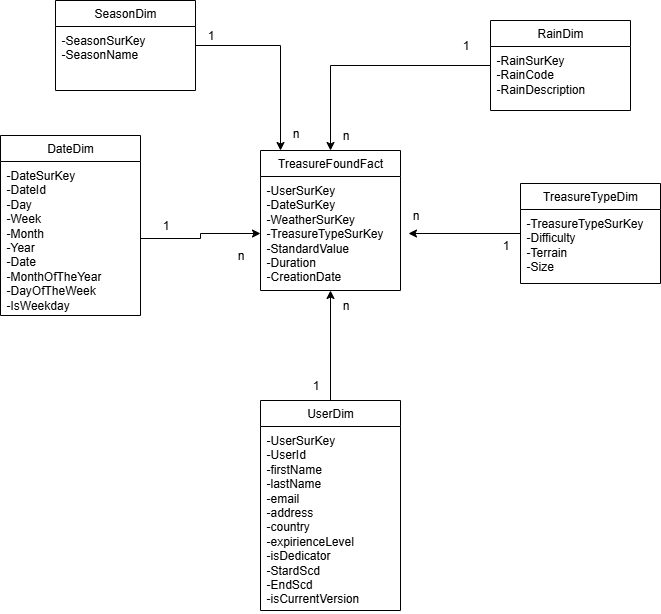
Before: ERD_DP.drawio.png, a diagram exported from draw.io (PieterNeyt/databanken3). Source tidied: cells renumbered, new cells last; positions are measured from the earlier drawing's top-left corner, leaving out a move shared by most shapes.
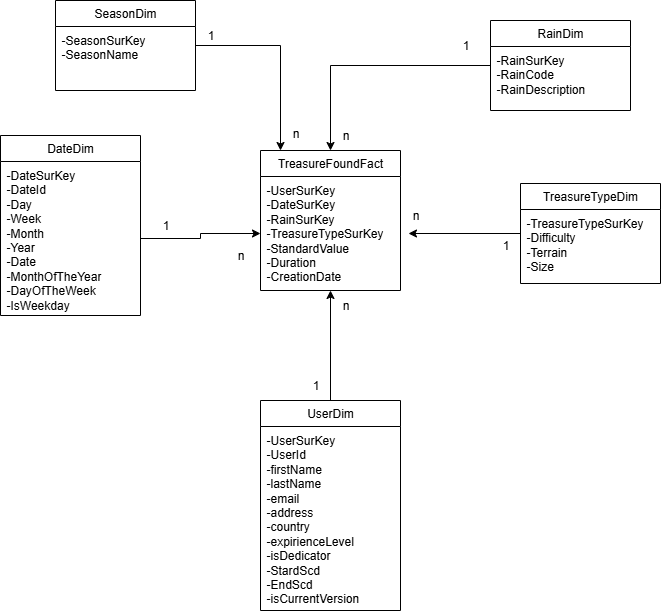
After the commit.

Diff of the diagram source:
```diff
@@ -5,7 +5,7 @@
     <mxCell id="2" value="TreasureFoundFact" style="swimlane;fontStyle=0;horizontal=1;startSize=26;fillColor=none;whiteSpace=wrap;html=1;" parent="1" vertex="1">
       <mxGeometry x="260" y="150" width="140" height="140" as="geometry" />
     </mxCell>
-    <mxCell id="3" value="-UserSurKey&lt;div&gt;-&lt;span style=&quot;background-color: transparent; color: light-dark(rgb(0, 0, 0), rgb(255, 255, 255));&quot;&gt;DateSurKey&lt;/span&gt;&lt;/div&gt;&lt;div&gt;&lt;span style=&quot;background-color: transparent; color: light-dark(rgb(0, 0, 0), rgb(255, 255, 255));&quot;&gt;-&lt;/span&gt;&lt;span style=&quot;background-color: transparent; color: light-dark(rgb(0, 0, 0), rgb(255, 255, 255));&quot;&gt;WeatherSurKey&lt;/span&gt;&lt;/div&gt;&lt;div&gt;&lt;span style=&quot;background-color: transparent; color: light-dark(rgb(0, 0, 0), rgb(255, 255, 255));&quot;&gt;-&lt;/span&gt;&lt;span style=&quot;background-color: transparent; color: light-dark(rgb(0, 0, 0), rgb(255, 255, 255));&quot;&gt;TreasureTypeSurKey&lt;/span&gt;&lt;/div&gt;&lt;div&gt;-StandardValue&lt;/div&gt;&lt;div&gt;-Duration&lt;/div&gt;&lt;div&gt;-CreationDate&lt;/div&gt;&lt;div&gt;&lt;br&gt;&lt;/div&gt;" style="text;strokeColor=none;fillColor=none;align=left;verticalAlign=top;spacingLeft=4;spacingRight=4;overflow=hidden;points=[[0,0.5],[1,0.5]];portConstraint=eastwest;whiteSpace=wrap;html=1;" parent="2" vertex="1">
+    <mxCell id="3" value="-UserSurKey&lt;div&gt;-&lt;span style=&quot;background-color: transparent; color: light-dark(rgb(0, 0, 0), rgb(255, 255, 255));&quot;&gt;DateSurKey&lt;/span&gt;&lt;/div&gt;&lt;div&gt;&lt;span style=&quot;background-color: transparent; color: light-dark(rgb(0, 0, 0), rgb(255, 255, 255));&quot;&gt;-&lt;/span&gt;&lt;span style=&quot;background-color: transparent; color: light-dark(rgb(0, 0, 0), rgb(255, 255, 255));&quot;&gt;RainSurKey&lt;/span&gt;&lt;/div&gt;&lt;div&gt;&lt;span style=&quot;background-color: transparent; color: light-dark(rgb(0, 0, 0), rgb(255, 255, 255));&quot;&gt;-&lt;/span&gt;&lt;span style=&quot;background-color: transparent; color: light-dark(rgb(0, 0, 0), rgb(255, 255, 255));&quot;&gt;TreasureTypeSurKey&lt;/span&gt;&lt;/div&gt;&lt;div&gt;-StandardValue&lt;/div&gt;&lt;div&gt;-Duration&lt;/div&gt;&lt;div&gt;-CreationDate&lt;/div&gt;&lt;div&gt;&lt;br&gt;&lt;/div&gt;" style="text;strokeColor=none;fillColor=none;align=left;verticalAlign=top;spacingLeft=4;spacingRight=4;overflow=hidden;points=[[0,0.5],[1,0.5]];portConstraint=eastwest;whiteSpace=wrap;html=1;" parent="2" vertex="1">
       <mxGeometry y="26" width="140" height="114" as="geometry" />
     </mxCell>
     <mxCell id="4" style="edgeStyle=orthogonalEdgeStyle;rounded=0;jettySize=auto;html=1;" parent="1" edge="1" source="5" target="2">
```
